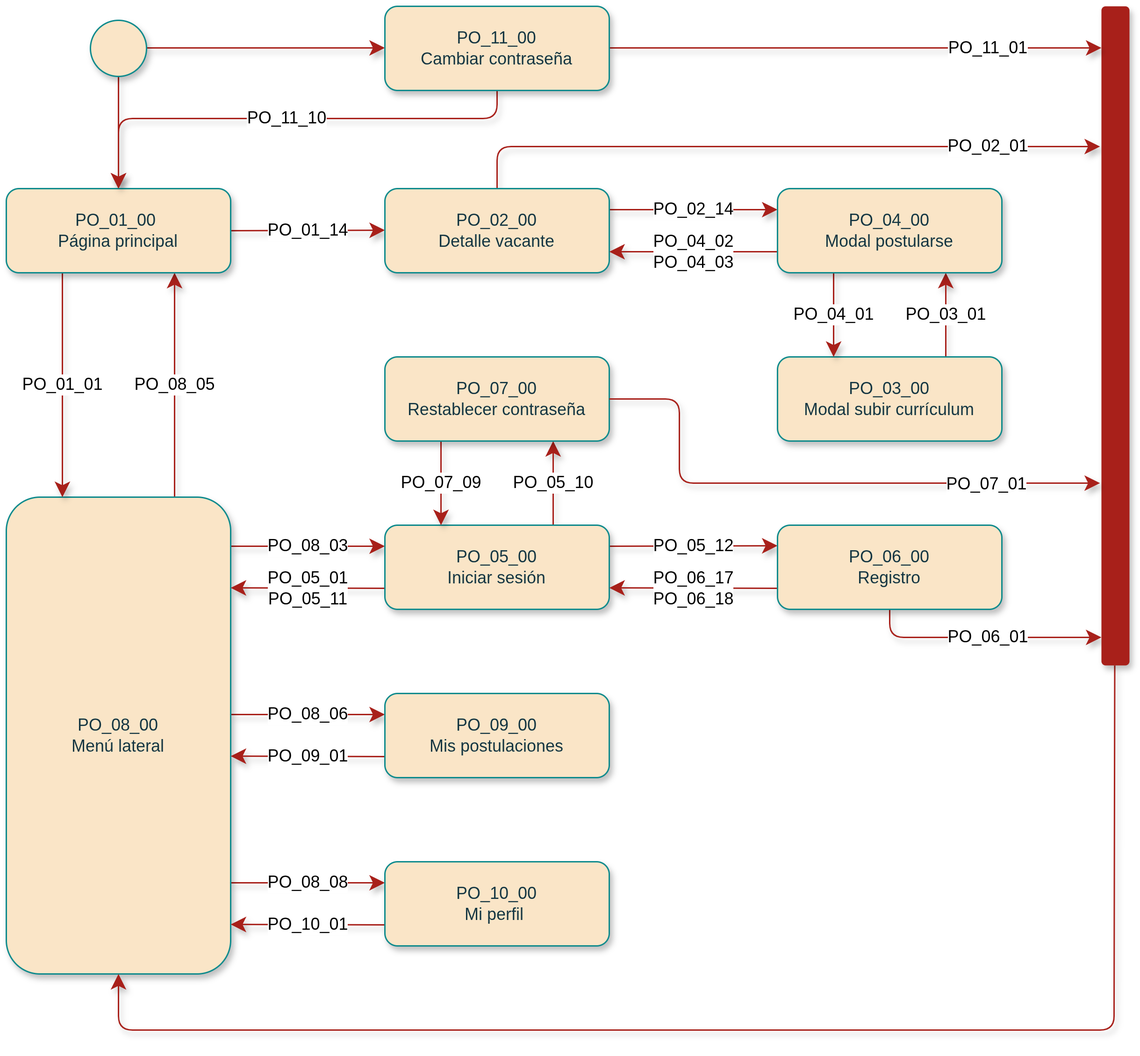
This is Informe/TransiciónEscenarios/Postulante.drawio.png from LeandroMurillo/Trabajo-Graduacion, a draw.io export, as it was before one commit. Source tidied: cells renumbered, new cells last; positions are measured from the earlier drawing's top-left corner, leaving out a move shared by most shapes.
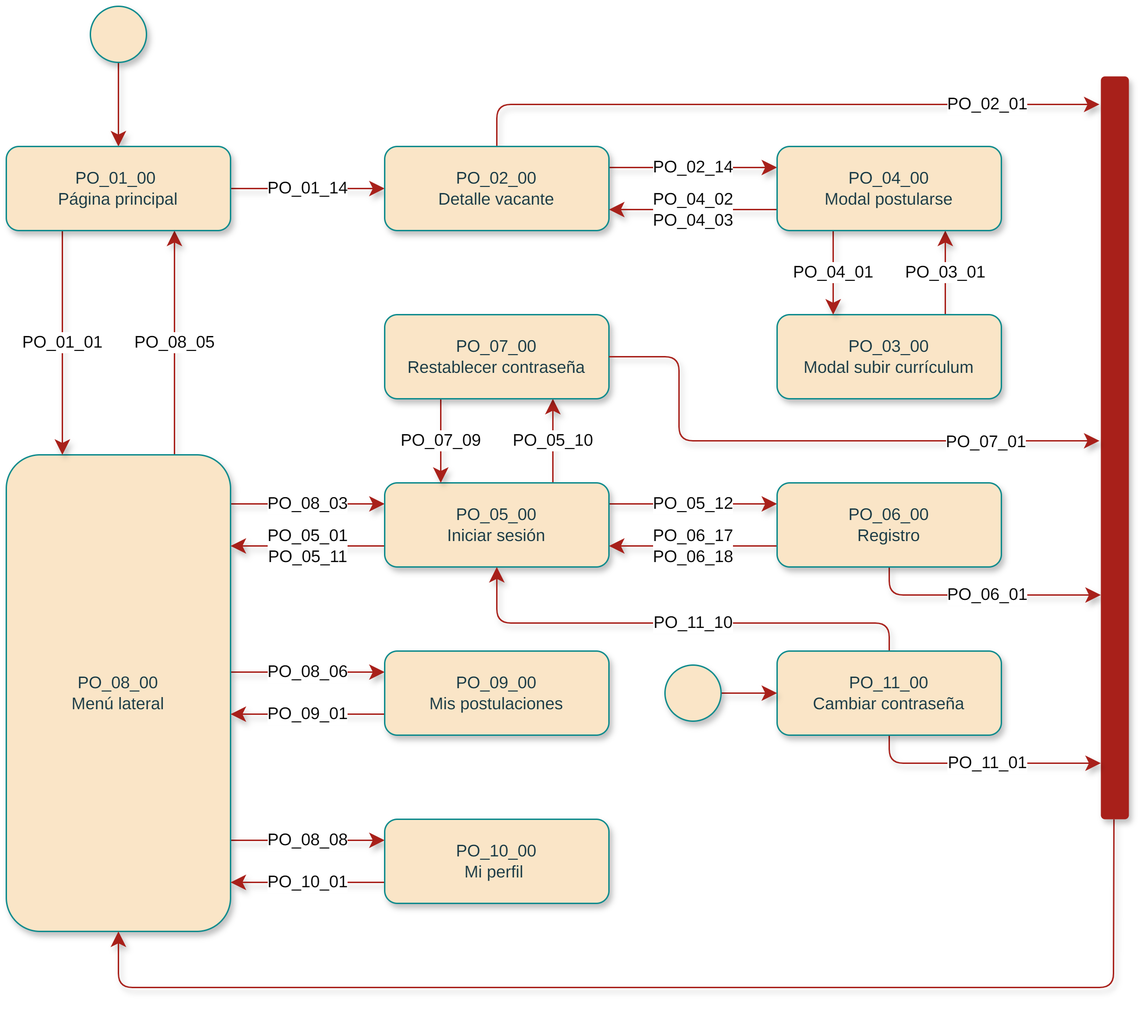
Above is the later version.

The edit, as a diff of the source:
```diff
@@ -8,11 +8,8 @@
     <mxCell id="3" style="edgeLabel;html=1;align=center;verticalAlign=middle;fontSize=12;fontFamily=Arimo Nerd Font;fontColor=default;labelBackgroundColor=default;" parent="2" vertex="1">
       <mxGeometry x="-0.11" y="1" relative="1" as="geometry" />
     </mxCell>
-    <mxCell id="4" style="edgeStyle=elbowEdgeStyle;shape=connector;curved=0;rounded=1;jumpStyle=arc;jettySize=auto;elbow=vertical;html=1;entryX=0;entryY=0.5;entryDx=0;entryDy=0;shadow=1;strokeColor=#A8201A;align=center;verticalAlign=middle;fontFamily=Arimo Nerd Font;fontSize=12;fontColor=default;labelBackgroundColor=default;startSize=8;endArrow=classic;endSize=8;" parent="1" edge="1" source="5" target="40">
-      <mxGeometry relative="1" as="geometry" />
-    </mxCell>
     <mxCell id="5" style="ellipse;whiteSpace=wrap;rounded=1;labelBackgroundColor=none;fillColor=#FAE5C7;strokeColor=#0F8B8D;fontColor=#143642;fontFamily=Arimo Nerd Font;html=1;shadow=1;" parent="1" vertex="1">
-      <mxGeometry x="60" y="10" width="40" height="40" as="geometry" />
+      <mxGeometry x="60" y="30" width="40" height="40" as="geometry" />
     </mxCell>
     <mxCell id="6" value="PO_08_05" style="edgeStyle=elbowEdgeStyle;shape=connector;curved=0;rounded=1;jumpStyle=arc;jettySize=auto;elbow=vertical;html=1;exitX=0.75;exitY=0;exitDx=0;exitDy=0;entryX=0.75;entryY=1;entryDx=0;entryDy=0;shadow=1;strokeColor=#A8201A;align=center;verticalAlign=middle;fontFamily=Arimo Nerd Font;fontSize=12;fontColor=default;labelBackgroundColor=default;startSize=8;endArrow=classic;endSize=8;" parent="1" edge="1" source="10" target="13">
       <mxGeometry relative="1" as="geometry" />
@@ -140,7 +137,7 @@
       </mxGeometry>
     </mxCell>
     <mxCell id="36" style="rounded=1;whiteSpace=wrap;labelBackgroundColor=none;fillColor=#A8201A;strokeColor=none;fontColor=#143642;fontFamily=Arimo Nerd Font;html=1;shadow=1;" parent="1" vertex="1">
-      <mxGeometry x="781" width="20" height="470" as="geometry" />
+      <mxGeometry x="781" y="80" width="20" height="530" as="geometry" />
     </mxCell>
     <mxCell id="37" value="PO_07_01" style="shape=connector;rounded=1;jumpStyle=arc;jettySize=auto;elbow=vertical;html=1;shadow=1;strokeColor=#A8201A;align=center;verticalAlign=middle;fontFamily=Arimo Nerd Font;fontSize=12;fontColor=default;labelBackgroundColor=default;startSize=8;endArrow=classic;endSize=8;" parent="1" edge="1" source="34">
       <mxGeometry x="0.61" y="-1" relative="1" as="geometry">
@@ -151,18 +148,28 @@
         </Array>
       </mxGeometry>
     </mxCell>
-    <mxCell id="38" value="PO_11_10" style="edgeStyle=elbowEdgeStyle;shape=connector;curved=0;rounded=1;jumpStyle=arc;jettySize=auto;elbow=vertical;html=1;entryX=0.5;entryY=0;entryDx=0;entryDy=0;shadow=1;strokeColor=#A8201A;align=center;verticalAlign=middle;fontFamily=Arimo Nerd Font;fontSize=12;fontColor=default;labelBackgroundColor=default;startSize=8;endArrow=classic;endSize=8;" parent="1" edge="1" source="40" target="13">
-      <mxGeometry relative="1" as="geometry">
+    <mxCell id="38" value="PO_11_10" style="edgeStyle=elbowEdgeStyle;shape=connector;curved=0;rounded=1;jumpStyle=arc;jettySize=auto;elbow=vertical;html=1;entryX=0.5;entryY=1;entryDx=0;entryDy=0;shadow=1;strokeColor=#A8201A;align=center;verticalAlign=middle;fontFamily=Arimo Nerd Font;fontSize=12;fontColor=default;labelBackgroundColor=default;startSize=8;endArrow=classic;endSize=8;" parent="1" edge="1" source="40" target="20">
+      <mxGeometry x="-0.06" relative="1" as="geometry">
         <Array as="points">
-          <mxPoint x="220" y="80" />
+          <mxPoint x="350" y="470" />
         </Array>
       </mxGeometry>
     </mxCell>
     <mxCell id="39" value="PO_11_01" style="edgeStyle=elbowEdgeStyle;shape=connector;curved=0;rounded=1;jumpStyle=arc;jettySize=auto;elbow=vertical;html=1;shadow=1;strokeColor=#A8201A;align=center;verticalAlign=middle;fontFamily=Arimo Nerd Font;fontSize=12;fontColor=default;labelBackgroundColor=default;startSize=8;endArrow=classic;endSize=8;" parent="1" edge="1" source="40" target="36">
-      <mxGeometry x="0.54" relative="1" as="geometry" />
+      <mxGeometry x="0.05" relative="1" as="geometry">
+        <Array as="points">
+          <mxPoint x="630" y="570" />
+        </Array>
+      </mxGeometry>
     </mxCell>
     <mxCell id="40" value="PO_11_00&lt;br&gt;Cambiar contraseña" style="rounded=1;whiteSpace=wrap;labelBackgroundColor=none;fillColor=#FAE5C7;strokeColor=#0F8B8D;fontColor=#143642;fontFamily=Arimo Nerd Font;html=1;shadow=1;" parent="1" vertex="1">
-      <mxGeometry x="270" width="160" height="60" as="geometry" />
+      <mxGeometry x="550" y="490" width="160" height="60" as="geometry" />
     </mxCell>
+    <mxCell id="41" style="edgeStyle=elbowEdgeStyle;shape=connector;curved=0;rounded=1;jumpStyle=arc;jettySize=auto;elbow=vertical;html=1;shadow=1;strokeColor=#A8201A;align=center;verticalAlign=middle;fontFamily=Arimo Nerd Font;fontSize=12;fontColor=default;labelBackgroundColor=default;startSize=8;endArrow=classic;endSize=8;" parent="1" edge="1" source="42" target="40">
+      <mxGeometry relative="1" as="geometry" />
+    </mxCell>
+    <mxCell id="42" style="ellipse;whiteSpace=wrap;rounded=1;labelBackgroundColor=none;fillColor=#FAE5C7;strokeColor=#0F8B8D;fontColor=#143642;fontFamily=Arimo Nerd Font;html=1;shadow=1;" parent="1" vertex="1">
+      <mxGeometry x="470" y="500" width="40" height="40" as="geometry" />
+    </mxCell>
   </root>
 </mxGraphModel>
```
